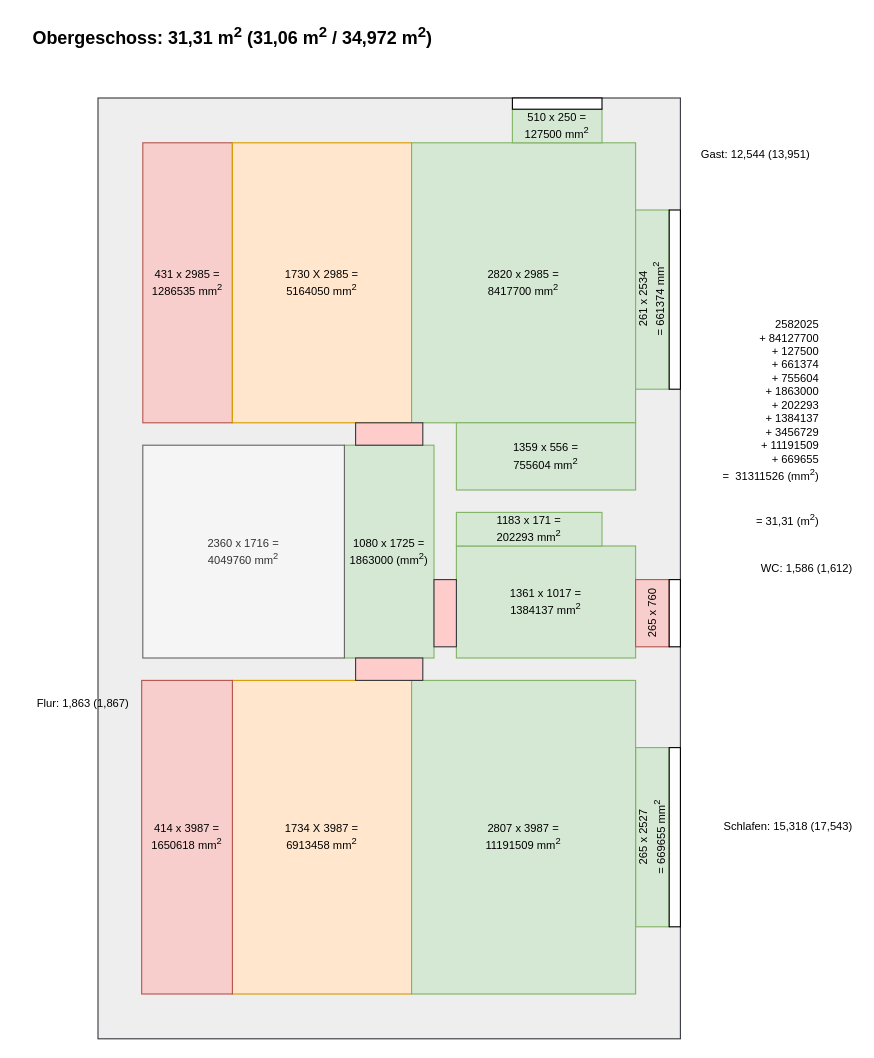
Before: page "Obergeschoss" (2 of 2) of wohnflaeche.drawio in episcopus2001/wohnflaeche, a draw.io diagram. Source tidied: cells renumbered, new cells numbered last; positions are measured from the earlier drawing's top-left corner, leaving out a move shared by most shapes. Both pictures are drawn from the tidied source at 112%, with x=0, y=0 at pixel (19, 19).
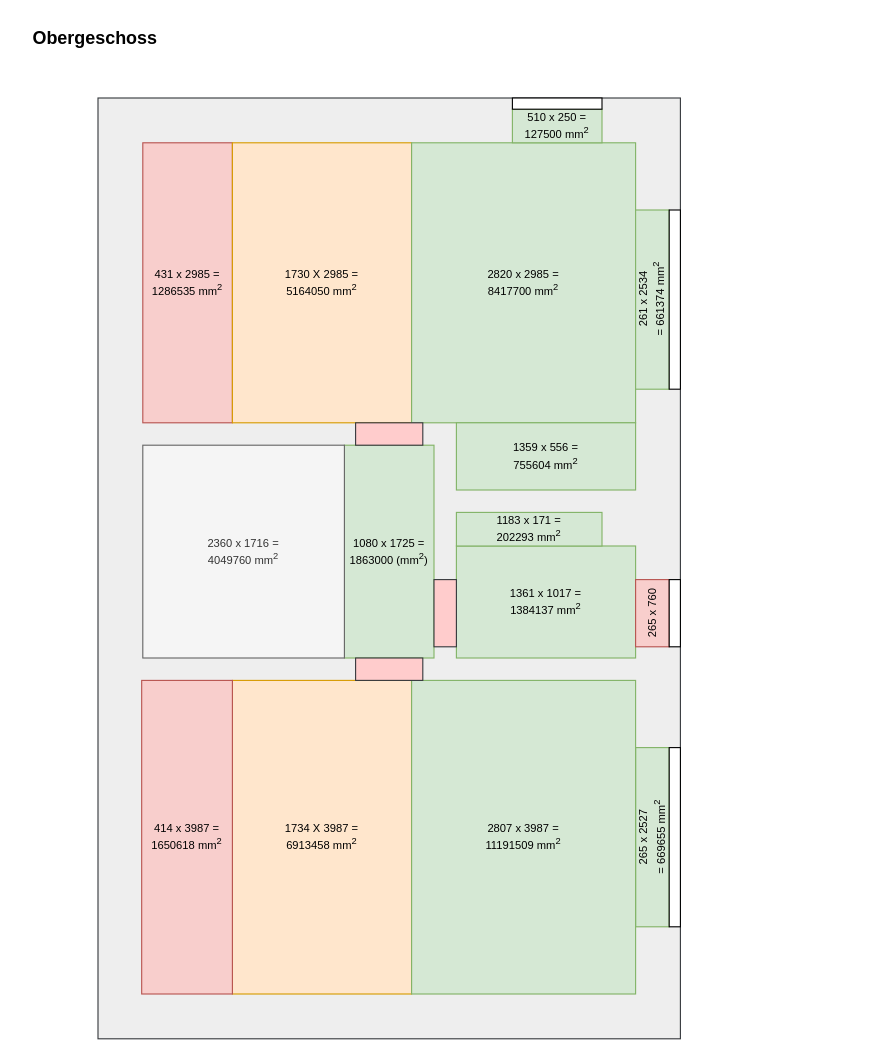
After the change.

What changed in the source:
```diff
@@
-    <mxCell id="3" value="Obergeschoss: 31,31 m&lt;sup&gt;2&lt;/sup&gt; (31,06 m&lt;sup&gt;2&lt;/sup&gt; / 34,972 m&lt;sup&gt;2&lt;/sup&gt;)" style="text;html=1;strokeColor=none;fillColor=none;align=left;verticalAlign=middle;whiteSpace=wrap;rounded=0;fontStyle=1;fontSize=16;" parent="1" vertex="1">
-      <mxGeometry x="10" width="370" height="30" as="geometry" />
-    </mxCell>
@@
-    <mxCell id="7" value="2582025&lt;br&gt;+ 84127700&lt;br&gt;+ 127500&lt;br&gt;+ 661374&lt;br&gt;+ 755604&lt;br&gt;+ 1863000&lt;br&gt;+ 202293&lt;br&gt;+ 1384137&lt;br&gt;+ 3456729&lt;br&gt;+ 11191509&lt;br&gt;+ 669655&lt;br&gt;&lt;div&gt;=&amp;nbsp; 31311526 (mm&lt;sup&gt;2&lt;/sup&gt;)&lt;br&gt;&lt;/div&gt;&lt;br&gt;&lt;br&gt;= 31,31 (m&lt;sup&gt;2&lt;/sup&gt;)" style="text;html=1;strokeColor=none;fillColor=none;align=right;verticalAlign=middle;whiteSpace=wrap;rounded=0;fontSize=10;fontColor=none;" parent="1" vertex="1">
-      <mxGeometry x="616" y="340" width="100" height="40" as="geometry" />
-    </mxCell>
@@
-    <mxCell id="18" value="WC: 1,586 (1,612)" style="text;html=1;strokeColor=none;fillColor=none;align=right;verticalAlign=middle;whiteSpace=wrap;rounded=0;fontSize=10;fontColor=none;" parent="1" vertex="1">
-      <mxGeometry x="646" y="470" width="100" height="40" as="geometry" />
-    </mxCell>
-    <mxCell id="19" value="Flur: 1,863 (1,867)" style="text;html=1;strokeColor=none;fillColor=none;align=right;verticalAlign=middle;whiteSpace=wrap;rounded=0;fontSize=10;fontColor=none;" parent="1" vertex="1">
-      <mxGeometry y="590" width="100" height="40" as="geometry" />
-    </mxCell>
-    <mxCell id="20" value="Schlafen: 15,318 (17,543)" style="text;html=1;strokeColor=none;fillColor=none;align=right;verticalAlign=middle;whiteSpace=wrap;rounded=0;fontSize=10;fontColor=none;" parent="1" vertex="1">
-      <mxGeometry x="586" y="700" width="160" height="40" as="geometry" />
-    </mxCell>
-    <mxCell id="21" value="Gast: 12,544 (13,951)" style="text;html=1;strokeColor=none;fillColor=none;align=right;verticalAlign=middle;whiteSpace=wrap;rounded=0;fontSize=10;fontColor=none;" parent="1" vertex="1">
-      <mxGeometry x="548" y="100" width="160" height="40" as="geometry" />
-    </mxCell>
@@
+    <mxCell id="31" value="&lt;div&gt;&lt;span style=&quot;background-color: initial;&quot;&gt;Obergeschoss&lt;/span&gt;&lt;/div&gt;" style="text;html=1;strokeColor=none;fillColor=none;align=left;verticalAlign=top;whiteSpace=wrap;rounded=0;fontStyle=1;fontSize=16;" parent="1" vertex="1">
+      <mxGeometry x="10" width="440" height="30" as="geometry" />
+    </mxCell>
```
